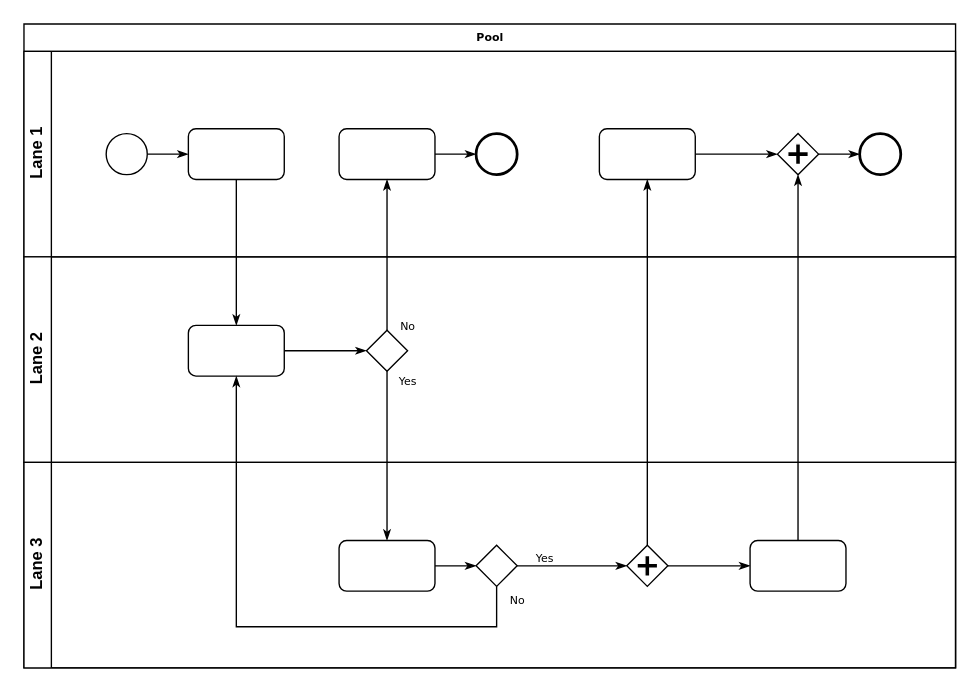
Before: docs/pipeline.drawio in Poehavshi/Text2CarsGeneration, a draw.io diagram. Source tidied: cells renumbered, new cells numbered last; positions are measured from the earlier drawing's top-left corner, leaving out a move shared by most shapes. Both pictures are drawn from the tidied source at 137%, with x=0, y=0 at pixel (23, 23).
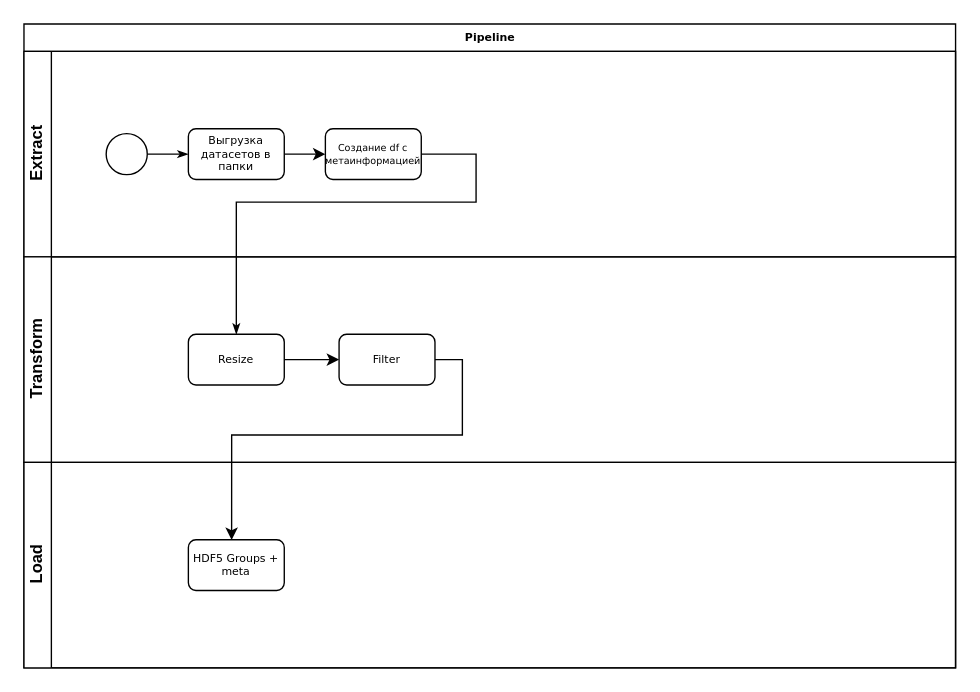
After the change.

Diff of the diagram source:
```diff
@@
-    <mxCell id="2" value="Pool" style="swimlane;html=1;horizontal=1;startSize=20;rounded=0;shadow=0;labelBackgroundColor=none;strokeWidth=1;fontFamily=Verdana;fontSize=8;align=center;" parent="1" vertex="1">
+    <mxCell id="2" value="Pipeline" style="swimlane;html=1;horizontal=1;startSize=20;rounded=0;shadow=0;labelBackgroundColor=none;strokeWidth=1;fontFamily=Verdana;fontSize=8;align=center;" parent="1" vertex="1">
       <mxGeometry width="680" height="470" as="geometry" />
     </mxCell>
-    <mxCell id="3" value="Lane 1" style="swimlane;html=1;startSize=20;horizontal=0;" parent="2" vertex="1">
+    <mxCell id="3" value="Extract" style="swimlane;html=1;startSize=20;horizontal=0;" parent="2" vertex="1">
       <mxGeometry y="20" width="680" height="150" as="geometry" />
     </mxCell>
@@
+    <mxCell id="33" style="edgeStyle=orthogonalEdgeStyle;rounded=0;jettySize=auto;html=1;exitX=1;exitY=0.5;exitDx=0;exitDy=0;entryX=0;entryY=0.5;entryDx=0;entryDy=0;" parent="3" edge="1" source="6" target="8">
+      <mxGeometry relative="1" as="geometry" />
+    </mxCell>
-    <mxCell id="6" style="rounded=1;whiteSpace=wrap;html=1;shadow=0;labelBackgroundColor=none;strokeWidth=1;fontFamily=Verdana;fontSize=8;align=center;" parent="3" vertex="1">
+    <mxCell id="6" value="Выгрузка датасетов в папки" style="rounded=1;whiteSpace=wrap;html=1;shadow=0;labelBackgroundColor=none;strokeWidth=1;fontFamily=Verdana;fontSize=8;align=center;" parent="3" vertex="1">
       <mxGeometry x="120" y="56.5" width="70" height="37" as="geometry" />
     </mxCell>
+    <mxCell id="8" value="&lt;font style=&quot;font-size: 7px;&quot;&gt;Создание df с метаинформацией&lt;/font&gt;" style="rounded=1;whiteSpace=wrap;html=1;shadow=0;labelBackgroundColor=none;strokeWidth=1;fontFamily=Verdana;fontSize=8;align=center;" parent="3" vertex="1">
+      <mxGeometry x="220" y="56.5" width="70" height="37" as="geometry" />
+    </mxCell>
+    <mxCell id="15" value="Transform" style="swimlane;html=1;startSize=20;horizontal=0;" parent="2" vertex="1">
+      <mxGeometry y="170" width="680" height="150" as="geometry" />
+    </mxCell>
+    <mxCell id="34" value="Resize" style="rounded=1;whiteSpace=wrap;html=1;shadow=0;labelBackgroundColor=none;strokeWidth=1;fontFamily=Verdana;fontSize=8;align=center;" parent="15" vertex="1">
+      <mxGeometry x="120" y="56.5" width="70" height="37" as="geometry" />
+    </mxCell>
+    <mxCell id="35" value="Filter" style="rounded=1;whiteSpace=wrap;html=1;shadow=0;labelBackgroundColor=none;strokeWidth=1;fontFamily=Verdana;fontSize=8;align=center;" parent="15" vertex="1">
+      <mxGeometry x="230" y="56.5" width="70" height="37" as="geometry" />
+    </mxCell>
+    <mxCell id="36" style="edgeStyle=orthogonalEdgeStyle;rounded=0;jettySize=auto;html=1;exitX=1;exitY=0.5;exitDx=0;exitDy=0;fontSize=7;entryX=0;entryY=0.5;entryDx=0;entryDy=0;" parent="15" edge="1" source="34" target="35">
+      <mxGeometry relative="1" as="geometry" />
+    </mxCell>
+    <mxCell id="19" value="Load" style="swimlane;html=1;startSize=20;horizontal=0;" parent="2" vertex="1">
+      <mxGeometry y="320" width="680" height="150" as="geometry" />
+    </mxCell>
+    <mxCell id="17" value="HDF5 Groups + meta" style="rounded=1;whiteSpace=wrap;html=1;shadow=0;labelBackgroundColor=none;strokeWidth=1;fontFamily=Verdana;fontSize=8;align=center;" parent="19" vertex="1">
+      <mxGeometry x="120" y="56.5" width="70" height="37" as="geometry" />
+    </mxCell>
-    <mxCell id="7" style="edgeStyle=orthogonalEdgeStyle;rounded=0;html=1;labelBackgroundColor=none;startArrow=none;startFill=0;startSize=5;endArrow=classicThin;endFill=1;endSize=5;jettySize=auto;strokeWidth=1;fontFamily=Verdana;fontSize=8;" parent="3" edge="1" source="8" target="9">
-      <mxGeometry relative="1" as="geometry" />
+    <mxCell id="7" style="edgeStyle=orthogonalEdgeStyle;rounded=0;html=1;labelBackgroundColor=none;startArrow=none;startFill=0;startSize=5;endArrow=classicThin;endFill=1;endSize=5;jettySize=auto;strokeWidth=1;fontFamily=Verdana;fontSize=8;entryX=0.5;entryY=0;entryDx=0;entryDy=0;" parent="2" edge="1" source="8" target="34">
+      <mxGeometry relative="1" as="geometry">
+        <Array as="points">
+          <mxPoint x="330" y="95" />
+          <mxPoint x="330" y="130" />
+          <mxPoint x="155" y="130" />
+        </Array>
+      </mxGeometry>
     </mxCell>
-    <mxCell id="8" style="rounded=1;whiteSpace=wrap;html=1;shadow=0;labelBackgroundColor=none;strokeWidth=1;fontFamily=Verdana;fontSize=8;align=center;" parent="3" vertex="1">
-      <mxGeometry x="230" y="56.5" width="70" height="37" as="geometry" />
-    </mxCell>
-    <mxCell id="9" style="ellipse;whiteSpace=wrap;html=1;rounded=0;shadow=0;labelBackgroundColor=none;strokeWidth=2;fontFamily=Verdana;fontSize=8;align=center;" parent="3" vertex="1">
-      <mxGeometry x="330" y="60" width="30" height="30" as="geometry" />
-    </mxCell>
-    <mxCell id="10" style="edgeStyle=orthogonalEdgeStyle;rounded=0;html=1;entryX=0;entryY=0.5;labelBackgroundColor=none;startArrow=none;startFill=0;startSize=5;endArrow=classicThin;endFill=1;endSize=5;jettySize=auto;strokeWidth=1;fontFamily=Verdana;fontSize=8;" parent="3" edge="1" source="11" target="13">
-      <mxGeometry relative="1" as="geometry" />
-    </mxCell>
-    <mxCell id="11" style="rounded=1;whiteSpace=wrap;html=1;shadow=0;labelBackgroundColor=none;strokeWidth=1;fontFamily=Verdana;fontSize=8;align=center;" parent="3" vertex="1">
-      <mxGeometry x="420" y="56.5" width="70" height="37" as="geometry" />
-    </mxCell>
-    <mxCell id="12" style="edgeStyle=orthogonalEdgeStyle;rounded=0;html=1;labelBackgroundColor=none;startArrow=none;startFill=0;startSize=5;endArrow=classicThin;endFill=1;endSize=5;jettySize=auto;strokeWidth=1;fontFamily=Verdana;fontSize=8;" parent="3" edge="1" source="13" target="14">
-      <mxGeometry relative="1" as="geometry" />
-    </mxCell>
-    <mxCell id="13" style="shape=mxgraph.bpmn.shape;html=1;verticalLabelPosition=bottom;labelBackgroundColor=#ffffff;verticalAlign=top;perimeter=rhombusPerimeter;background=gateway;outline=none;symbol=parallelGw;rounded=1;shadow=0;strokeWidth=1;fontFamily=Verdana;fontSize=8;align=center;" parent="3" vertex="1">
-      <mxGeometry x="550" y="60" width="30" height="30" as="geometry" />
-    </mxCell>
-    <mxCell id="14" style="ellipse;whiteSpace=wrap;html=1;rounded=0;shadow=0;labelBackgroundColor=none;strokeWidth=2;fontFamily=Verdana;fontSize=8;align=center;" parent="3" vertex="1">
-      <mxGeometry x="610" y="60" width="30" height="30" as="geometry" />
-    </mxCell>
-    <mxCell id="15" value="Lane 2" style="swimlane;html=1;startSize=20;horizontal=0;" parent="2" vertex="1">
-      <mxGeometry y="170" width="680" height="150" as="geometry" />
-    </mxCell>
-    <mxCell id="16" style="edgeStyle=orthogonalEdgeStyle;rounded=0;html=1;labelBackgroundColor=none;startArrow=none;startFill=0;startSize=5;endArrow=classicThin;endFill=1;endSize=5;jettySize=auto;strokeWidth=1;fontFamily=Verdana;fontSize=8;" parent="15" edge="1" source="17" target="18">
-      <mxGeometry relative="1" as="geometry" />
-    </mxCell>
-    <mxCell id="17" style="rounded=1;whiteSpace=wrap;html=1;shadow=0;labelBackgroundColor=none;strokeWidth=1;fontFamily=Verdana;fontSize=8;align=center;" parent="15" vertex="1">
-      <mxGeometry x="120" y="50" width="70" height="37" as="geometry" />
-    </mxCell>
-    <mxCell id="18" style="strokeWidth=1;html=1;shape=mxgraph.flowchart.decision;whiteSpace=wrap;rounded=1;shadow=0;labelBackgroundColor=none;fontFamily=Verdana;fontSize=8;align=center;" parent="15" vertex="1">
-      <mxGeometry x="250" y="53.5" width="30" height="30" as="geometry" />
-    </mxCell>
-    <mxCell id="19" value="Lane 3" style="swimlane;html=1;startSize=20;horizontal=0;" parent="2" vertex="1">
-      <mxGeometry y="320" width="680" height="150" as="geometry" />
-    </mxCell>
-    <mxCell id="20" style="edgeStyle=orthogonalEdgeStyle;rounded=0;html=1;labelBackgroundColor=none;startArrow=none;startFill=0;startSize=5;endArrow=classicThin;endFill=1;endSize=5;jettySize=auto;strokeWidth=1;fontFamily=Verdana;fontSize=8;" parent="19" edge="1" source="21" target="23">
-      <mxGeometry relative="1" as="geometry" />
-    </mxCell>
-    <mxCell id="21" style="rounded=1;whiteSpace=wrap;html=1;shadow=0;labelBackgroundColor=none;strokeWidth=1;fontFamily=Verdana;fontSize=8;align=center;" parent="19" vertex="1">
-      <mxGeometry x="230" y="57" width="70" height="37" as="geometry" />
-    </mxCell>
-    <mxCell id="22" value="Yes" style="edgeStyle=orthogonalEdgeStyle;rounded=0;html=1;entryX=0;entryY=0.5;labelBackgroundColor=none;startArrow=none;startFill=0;startSize=5;endArrow=classicThin;endFill=1;endSize=5;jettySize=auto;strokeWidth=1;fontFamily=Verdana;fontSize=8;" parent="19" edge="1" source="23" target="25">
-      <mxGeometry x="-0.5" y="6" relative="1" as="geometry" />
-    </mxCell>
-    <mxCell id="23" style="strokeWidth=1;html=1;shape=mxgraph.flowchart.decision;whiteSpace=wrap;rounded=1;shadow=0;labelBackgroundColor=none;fontFamily=Verdana;fontSize=8;align=center;" parent="19" vertex="1">
-      <mxGeometry x="330" y="60.5" width="30" height="30" as="geometry" />
-    </mxCell>
-    <mxCell id="24" style="edgeStyle=orthogonalEdgeStyle;rounded=0;html=1;labelBackgroundColor=none;startArrow=none;startFill=0;startSize=5;endArrow=classicThin;endFill=1;endSize=5;jettySize=auto;strokeColor=#000000;strokeWidth=1;fontFamily=Verdana;fontSize=8;fontColor=#000000;" parent="19" edge="1" source="25" target="26">
-      <mxGeometry relative="1" as="geometry" />
-    </mxCell>
-    <mxCell id="25" style="shape=mxgraph.bpmn.shape;html=1;verticalLabelPosition=bottom;labelBackgroundColor=#ffffff;verticalAlign=top;perimeter=rhombusPerimeter;background=gateway;outline=none;symbol=parallelGw;rounded=1;shadow=0;strokeWidth=1;fontFamily=Verdana;fontSize=8;align=center;" parent="19" vertex="1">
-      <mxGeometry x="440" y="60.5" width="30" height="30" as="geometry" />
-    </mxCell>
-    <mxCell id="26" style="rounded=1;whiteSpace=wrap;html=1;shadow=0;labelBackgroundColor=none;strokeWidth=1;fontFamily=Verdana;fontSize=8;align=center;" parent="19" vertex="1">
-      <mxGeometry x="530" y="57" width="70" height="37" as="geometry" />
-    </mxCell>
-    <mxCell id="27" style="edgeStyle=orthogonalEdgeStyle;rounded=0;html=1;labelBackgroundColor=none;startArrow=none;startFill=0;startSize=5;endArrow=classicThin;endFill=1;endSize=5;jettySize=auto;strokeWidth=1;fontFamily=Verdana;fontSize=8;" parent="2" edge="1" source="6" target="17">
-      <mxGeometry relative="1" as="geometry" />
-    </mxCell>
-    <mxCell id="28" value="No" style="edgeStyle=orthogonalEdgeStyle;rounded=0;html=1;labelBackgroundColor=none;startArrow=none;startFill=0;startSize=5;endArrow=classicThin;endFill=1;endSize=5;jettySize=auto;strokeWidth=1;fontFamily=Verdana;fontSize=8;" parent="2" edge="1" source="18" target="8">
-      <mxGeometry x="-0.94" y="-15" relative="1" as="geometry" />
-    </mxCell>
-    <mxCell id="29" value="Yes" style="edgeStyle=orthogonalEdgeStyle;rounded=0;html=1;labelBackgroundColor=none;startArrow=none;startFill=0;startSize=5;endArrow=classicThin;endFill=1;endSize=5;jettySize=auto;strokeWidth=1;fontFamily=Verdana;fontSize=8;" parent="2" edge="1" source="18" target="21">
-      <mxGeometry x="-0.89" y="15" relative="1" as="geometry" />
-    </mxCell>
-    <mxCell id="30" style="edgeStyle=orthogonalEdgeStyle;rounded=0;html=1;entryX=0.5;entryY=1;labelBackgroundColor=none;startArrow=none;startFill=0;startSize=5;endArrow=classicThin;endFill=1;endSize=5;jettySize=auto;strokeWidth=1;fontFamily=Verdana;fontSize=8;" parent="2" edge="1" source="26" target="13">
-      <mxGeometry relative="1" as="geometry" />
-    </mxCell>
-    <mxCell id="31" value="No" style="edgeStyle=orthogonalEdgeStyle;rounded=0;html=1;labelBackgroundColor=none;startArrow=none;startFill=0;startSize=5;endArrow=classicThin;endFill=1;endSize=5;jettySize=auto;strokeWidth=1;fontFamily=Verdana;fontSize=8;" parent="2" edge="1" source="23" target="17">
-      <mxGeometry x="-0.95" y="15" relative="1" as="geometry">
-        <Array as="points">
-          <mxPoint x="345" y="440" />
-          <mxPoint x="155" y="440" />
-        </Array>
-      </mxGeometry>
-    </mxCell>
-    <mxCell id="32" style="edgeStyle=orthogonalEdgeStyle;rounded=0;html=1;labelBackgroundColor=none;startArrow=none;startFill=0;startSize=5;endArrow=classicThin;endFill=1;endSize=5;jettySize=auto;strokeWidth=1;fontFamily=Verdana;fontSize=8;" parent="2" edge="1" source="25" target="11">
-      <mxGeometry relative="1" as="geometry" />
-    </mxCell>
+    <mxCell id="37" style="edgeStyle=orthogonalEdgeStyle;rounded=0;jettySize=auto;html=1;exitX=1;exitY=0.5;exitDx=0;exitDy=0;entryX=0.451;entryY=0.002;entryDx=0;entryDy=0;fontSize=7;entryPerimeter=0;" parent="2" edge="1" source="35" target="17">
+      <mxGeometry relative="1" as="geometry">
+        <Array as="points">
+          <mxPoint x="320" y="245" />
+          <mxPoint x="320" y="300" />
+          <mxPoint x="152" y="300" />
+        </Array>
+      </mxGeometry>
+    </mxCell>
```
